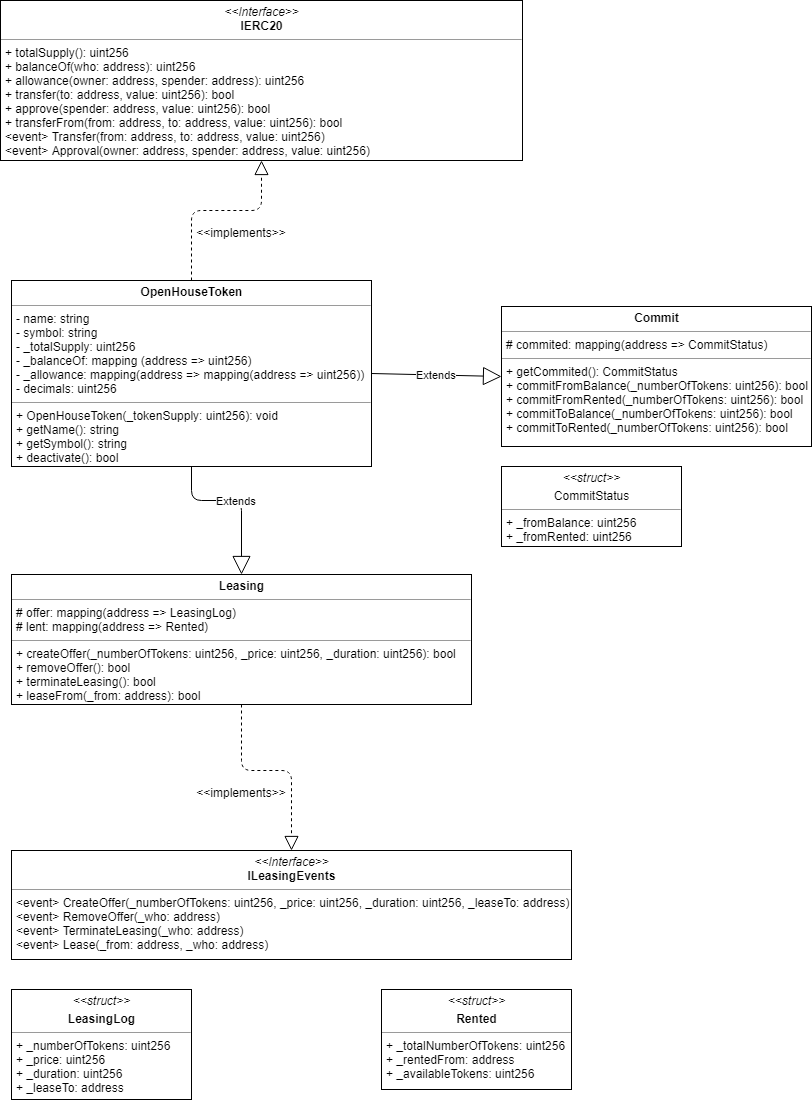
gkamtzir/Ethereum-ICO-Diploma-Thesis keeps this draw.io diagram as uml/OpenHouseToken/OpenHouseToken.png. Above is the earlier version. Source tidied: cells renumbered, new cells last; positions are measured from the earlier drawing's top-left corner, leaving out a move shared by most shapes.
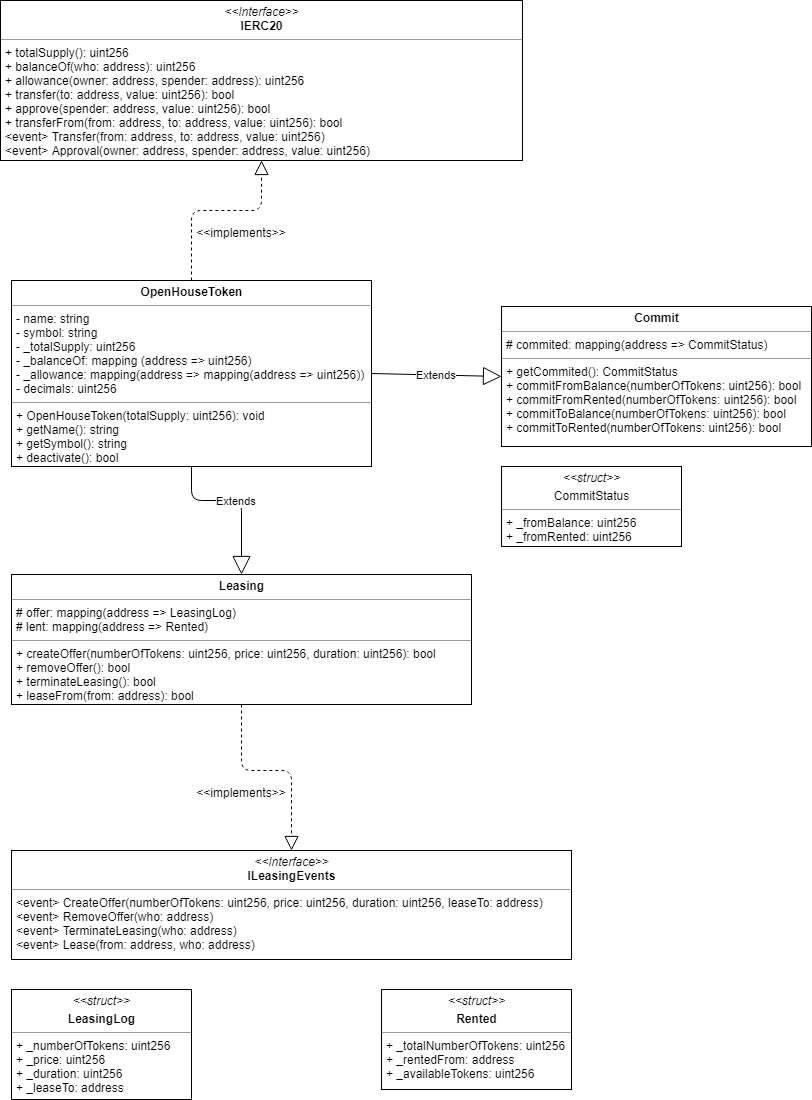
Above is the later version.

The edit, as a diff of the source:
```diff
@@ -2,7 +2,7 @@
   <root>
     <mxCell id="0" />
     <mxCell id="1" parent="0" />
-    <mxCell id="2" value="&lt;p style=&quot;margin: 0px ; margin-top: 4px ; text-align: center&quot;&gt;&lt;b&gt;OpenHouseToken&lt;/b&gt;&lt;/p&gt;&lt;hr size=&quot;1&quot;&gt;&lt;p style=&quot;margin: 0px ; margin-left: 4px&quot;&gt;- name: string&lt;/p&gt;&lt;p style=&quot;margin: 0px ; margin-left: 4px&quot;&gt;- symbol: string&lt;/p&gt;&lt;p style=&quot;margin: 0px ; margin-left: 4px&quot;&gt;- _totalSupply: uint256&lt;/p&gt;&lt;p style=&quot;margin: 0px ; margin-left: 4px&quot;&gt;- _balanceOf: mapping (address =&amp;gt; uint256)&lt;/p&gt;&lt;p style=&quot;margin: 0px ; margin-left: 4px&quot;&gt;- _allowance: mapping(address =&amp;gt; mapping(address =&amp;gt; uint256))&lt;/p&gt;&lt;p style=&quot;margin: 0px ; margin-left: 4px&quot;&gt;- decimals: uint256&lt;/p&gt;&lt;hr size=&quot;1&quot;&gt;&lt;p style=&quot;margin: 0px ; margin-left: 4px&quot;&gt;+ OpenHouseToken(_tokenSupply: uint256): void&lt;/p&gt;&lt;p style=&quot;margin: 0px ; margin-left: 4px&quot;&gt;+ getName(): string&lt;/p&gt;&lt;p style=&quot;margin: 0px ; margin-left: 4px&quot;&gt;+ getSymbol(): string&lt;/p&gt;&lt;p style=&quot;margin: 0px ; margin-left: 4px&quot;&gt;+ deactivate(): bool&lt;/p&gt;" style="verticalAlign=top;align=left;overflow=fill;fontSize=12;fontFamily=Helvetica;html=1;" parent="1" vertex="1">
+    <mxCell id="2" value="&lt;p style=&quot;margin: 0px ; margin-top: 4px ; text-align: center&quot;&gt;&lt;b&gt;OpenHouseToken&lt;/b&gt;&lt;/p&gt;&lt;hr size=&quot;1&quot;&gt;&lt;p style=&quot;margin: 0px ; margin-left: 4px&quot;&gt;- name: string&lt;/p&gt;&lt;p style=&quot;margin: 0px ; margin-left: 4px&quot;&gt;- symbol: string&lt;/p&gt;&lt;p style=&quot;margin: 0px ; margin-left: 4px&quot;&gt;- _totalSupply: uint256&lt;/p&gt;&lt;p style=&quot;margin: 0px ; margin-left: 4px&quot;&gt;- _balanceOf: mapping (address =&amp;gt; uint256)&lt;/p&gt;&lt;p style=&quot;margin: 0px ; margin-left: 4px&quot;&gt;- _allowance: mapping(address =&amp;gt; mapping(address =&amp;gt; uint256))&lt;/p&gt;&lt;p style=&quot;margin: 0px ; margin-left: 4px&quot;&gt;- decimals: uint256&lt;/p&gt;&lt;hr size=&quot;1&quot;&gt;&lt;p style=&quot;margin: 0px ; margin-left: 4px&quot;&gt;+ OpenHouseToken(totalSupply: uint256): void&lt;/p&gt;&lt;p style=&quot;margin: 0px ; margin-left: 4px&quot;&gt;+ getName(): string&lt;/p&gt;&lt;p style=&quot;margin: 0px ; margin-left: 4px&quot;&gt;+ getSymbol(): string&lt;/p&gt;&lt;p style=&quot;margin: 0px ; margin-left: 4px&quot;&gt;+ deactivate(): bool&lt;/p&gt;" style="verticalAlign=top;align=left;overflow=fill;fontSize=12;fontFamily=Helvetica;html=1;" parent="1" vertex="1">
       <mxGeometry x="11" y="280" width="360" height="186" as="geometry" />
     </mxCell>
     <mxCell id="3" value="&lt;p style=&quot;margin: 0px ; margin-top: 4px ; text-align: center&quot;&gt;&lt;i&gt;&amp;lt;&amp;lt;Interface&amp;gt;&amp;gt;&lt;/i&gt;&lt;br&gt;&lt;b&gt;IERC20&lt;/b&gt;&lt;/p&gt;&lt;hr size=&quot;1&quot;&gt;&lt;p style=&quot;margin: 0px ; margin-left: 4px&quot;&gt;+ totalSupply(): uint256&lt;br&gt;+ balanceOf(who: address): uint256&lt;/p&gt;&lt;p style=&quot;margin: 0px ; margin-left: 4px&quot;&gt;+ allowance(owner: address, spender: address): uint256&lt;/p&gt;&lt;p style=&quot;margin: 0px ; margin-left: 4px&quot;&gt;+ transfer(to: address, value: uint256): bool&lt;/p&gt;&lt;p style=&quot;margin: 0px ; margin-left: 4px&quot;&gt;+ approve(spender: address, value: uint256): bool&lt;/p&gt;&lt;p style=&quot;margin: 0px ; margin-left: 4px&quot;&gt;+ transferFrom(from: address, to: address, value: uint256): bool&lt;/p&gt;&lt;p style=&quot;margin: 0px ; margin-left: 4px&quot;&gt;&amp;lt;event&amp;gt; Transfer(from: address, to: address, value: uint256)&lt;/p&gt;&lt;p style=&quot;margin: 0px ; margin-left: 4px&quot;&gt;&amp;lt;event&amp;gt; Approval(owner: address, spender: address, value: uint256)&lt;/p&gt;" style="verticalAlign=top;align=left;overflow=fill;fontSize=12;fontFamily=Helvetica;html=1;" parent="1" vertex="1">
@@ -19,7 +19,7 @@
     <mxCell id="5" value="&lt;&lt;implements&gt;&gt;" style="text;align=center;fontStyle=0;verticalAlign=middle;spacingLeft=3;spacingRight=3;strokeColor=none;" parent="1" vertex="1">
       <mxGeometry x="201" y="220" width="80" height="26" as="geometry" />
     </mxCell>
-    <mxCell id="6" value="&lt;p style=&quot;margin: 0px ; margin-top: 4px ; text-align: center&quot;&gt;&lt;b&gt;Leasing&lt;/b&gt;&lt;/p&gt;&lt;hr size=&quot;1&quot;&gt;&lt;p style=&quot;margin: 0px ; margin-left: 4px&quot;&gt;# offer: mapping(address =&amp;gt; LeasingLog)&lt;/p&gt;&lt;p style=&quot;margin: 0px ; margin-left: 4px&quot;&gt;# lent: mapping(address =&amp;gt; Rented)&lt;/p&gt;&lt;hr size=&quot;1&quot;&gt;&lt;p style=&quot;margin: 0px ; margin-left: 4px&quot;&gt;+ createOffer(_numberOfTokens: uint256, _price: uint256, _duration: uint256): bool&lt;/p&gt;&lt;p style=&quot;margin: 0px ; margin-left: 4px&quot;&gt;+ removeOffer(): bool&lt;/p&gt;&lt;p style=&quot;margin: 0px ; margin-left: 4px&quot;&gt;+ terminateLeasing(): bool&lt;/p&gt;&lt;p style=&quot;margin: 0px ; margin-left: 4px&quot;&gt;+ leaseFrom(_from: address): bool&lt;/p&gt;" style="verticalAlign=top;align=left;overflow=fill;fontSize=12;fontFamily=Helvetica;html=1;" parent="1" vertex="1">
+    <mxCell id="6" value="&lt;p style=&quot;margin: 0px ; margin-top: 4px ; text-align: center&quot;&gt;&lt;b&gt;Leasing&lt;/b&gt;&lt;/p&gt;&lt;hr size=&quot;1&quot;&gt;&lt;p style=&quot;margin: 0px ; margin-left: 4px&quot;&gt;# offer: mapping(address =&amp;gt; LeasingLog)&lt;/p&gt;&lt;p style=&quot;margin: 0px ; margin-left: 4px&quot;&gt;# lent: mapping(address =&amp;gt; Rented)&lt;/p&gt;&lt;hr size=&quot;1&quot;&gt;&lt;p style=&quot;margin: 0px ; margin-left: 4px&quot;&gt;+ createOffer(numberOfTokens: uint256, price: uint256, duration: uint256): bool&lt;/p&gt;&lt;p style=&quot;margin: 0px ; margin-left: 4px&quot;&gt;+ removeOffer(): bool&lt;/p&gt;&lt;p style=&quot;margin: 0px ; margin-left: 4px&quot;&gt;+ terminateLeasing(): bool&lt;/p&gt;&lt;p style=&quot;margin: 0px ; margin-left: 4px&quot;&gt;+ leaseFrom(from: address): bool&lt;/p&gt;" style="verticalAlign=top;align=left;overflow=fill;fontSize=12;fontFamily=Helvetica;html=1;" parent="1" vertex="1">
       <mxGeometry x="11" y="574" width="460" height="130" as="geometry" />
     </mxCell>
     <mxCell id="7" value="&lt;p style=&quot;margin: 0px ; margin-top: 4px ; text-align: center&quot;&gt;&lt;i&gt;&amp;lt;&amp;lt;struct&amp;gt;&amp;gt;&lt;/i&gt;&lt;br&gt;&lt;/p&gt;&lt;p style=&quot;margin: 0px ; margin-top: 4px ; text-align: center&quot;&gt;&lt;b&gt;LeasingLog&lt;/b&gt;&lt;/p&gt;&lt;hr size=&quot;1&quot;&gt;&lt;p style=&quot;margin: 0px ; margin-left: 4px&quot;&gt;+ _numberOfTokens: uint256&lt;/p&gt;&lt;p style=&quot;margin: 0px ; margin-left: 4px&quot;&gt;+ _price: uint256&lt;/p&gt;&lt;p style=&quot;margin: 0px ; margin-left: 4px&quot;&gt;+ _duration: uint256&lt;/p&gt;&lt;p style=&quot;margin: 0px ; margin-left: 4px&quot;&gt;+ _leaseTo: address&lt;/p&gt;&lt;p style=&quot;margin: 0px ; margin-left: 4px&quot;&gt;&lt;br&gt;&lt;/p&gt;" style="verticalAlign=top;align=left;overflow=fill;fontSize=12;fontFamily=Helvetica;html=1;" parent="1" vertex="1">
@@ -33,7 +33,7 @@
         </Array>
       </mxGeometry>
     </mxCell>
-    <mxCell id="9" value="&lt;p style=&quot;margin: 0px ; margin-top: 4px ; text-align: center&quot;&gt;&lt;i&gt;&amp;lt;&amp;lt;Interface&amp;gt;&amp;gt;&lt;/i&gt;&lt;br&gt;&lt;b&gt;ILeasingEvents&lt;/b&gt;&lt;/p&gt;&lt;hr size=&quot;1&quot;&gt;&lt;p style=&quot;margin: 0px ; margin-left: 4px&quot;&gt;&amp;lt;event&amp;gt; CreateOffer(_numberOfTokens: uint256, _price: uint256, _duration: uint256, _leaseTo: address)&lt;br&gt;&amp;lt;event&amp;gt; RemoveOffer(_who: address)&lt;/p&gt;&lt;p style=&quot;margin: 0px ; margin-left: 4px&quot;&gt;&amp;lt;event&amp;gt; TerminateLeasing(_who: address)&lt;/p&gt;&lt;p style=&quot;margin: 0px ; margin-left: 4px&quot;&gt;&amp;lt;event&amp;gt; Lease(_from: address, _who: address)&lt;/p&gt;" style="verticalAlign=top;align=left;overflow=fill;fontSize=12;fontFamily=Helvetica;html=1;" parent="1" vertex="1">
+    <mxCell id="9" value="&lt;p style=&quot;margin: 0px ; margin-top: 4px ; text-align: center&quot;&gt;&lt;i&gt;&amp;lt;&amp;lt;Interface&amp;gt;&amp;gt;&lt;/i&gt;&lt;br&gt;&lt;b&gt;ILeasingEvents&lt;/b&gt;&lt;/p&gt;&lt;hr size=&quot;1&quot;&gt;&lt;p style=&quot;margin: 0px ; margin-left: 4px&quot;&gt;&amp;lt;event&amp;gt; CreateOffer(numberOfTokens: uint256, price: uint256, duration: uint256, leaseTo: address)&lt;br&gt;&amp;lt;event&amp;gt; RemoveOffer(who: address)&lt;/p&gt;&lt;p style=&quot;margin: 0px ; margin-left: 4px&quot;&gt;&amp;lt;event&amp;gt; TerminateLeasing(who: address)&lt;/p&gt;&lt;p style=&quot;margin: 0px ; margin-left: 4px&quot;&gt;&amp;lt;event&amp;gt; Lease(from: address, who: address)&lt;/p&gt;" style="verticalAlign=top;align=left;overflow=fill;fontSize=12;fontFamily=Helvetica;html=1;" parent="1" vertex="1">
       <mxGeometry x="11" y="850" width="560" height="109" as="geometry" />
     </mxCell>
     <mxCell id="10" style="endArrow=block;dashed=1;endFill=0;endSize=12;html=1;exitX=0.5;exitY=1;exitDx=0;exitDy=0;entryX=0.5;entryY=0;entryDx=0;entryDy=0;" parent="1" edge="1" source="6" target="9">
@@ -44,7 +44,7 @@
         </Array>
       </mxGeometry>
     </mxCell>
-    <mxCell id="11" value="&lt;p style=&quot;margin: 0px ; margin-top: 4px ; text-align: center&quot;&gt;&lt;b&gt;Commit&lt;/b&gt;&lt;/p&gt;&lt;hr size=&quot;1&quot;&gt;&lt;p style=&quot;margin: 0px ; margin-left: 4px&quot;&gt;# commited: mapping(address =&amp;gt; CommitStatus)&lt;/p&gt;&lt;hr size=&quot;1&quot;&gt;&lt;p style=&quot;margin: 0px ; margin-left: 4px&quot;&gt;+ getCommited(): CommitStatus&lt;br&gt;&lt;/p&gt;&lt;p style=&quot;margin: 0px ; margin-left: 4px&quot;&gt;+ commitFromBalance(_numberOfTokens: uint256): bool&lt;/p&gt;&lt;p style=&quot;margin: 0px ; margin-left: 4px&quot;&gt;+ commitFromRented(_numberOfTokens: uint256): bool&lt;/p&gt;&lt;p style=&quot;margin: 0px ; margin-left: 4px&quot;&gt;+ commitToBalance(_numberOfTokens: uint256): bool&lt;/p&gt;&lt;p style=&quot;margin: 0px ; margin-left: 4px&quot;&gt;+ commitToRented(_numberOfTokens: uint256): bool&lt;/p&gt;" style="verticalAlign=top;align=left;overflow=fill;fontSize=12;fontFamily=Helvetica;html=1;" parent="1" vertex="1">
+    <mxCell id="11" value="&lt;p style=&quot;margin: 0px ; margin-top: 4px ; text-align: center&quot;&gt;&lt;b&gt;Commit&lt;/b&gt;&lt;/p&gt;&lt;hr size=&quot;1&quot;&gt;&lt;p style=&quot;margin: 0px ; margin-left: 4px&quot;&gt;# commited: mapping(address =&amp;gt; CommitStatus)&lt;/p&gt;&lt;hr size=&quot;1&quot;&gt;&lt;p style=&quot;margin: 0px ; margin-left: 4px&quot;&gt;+ getCommited(): CommitStatus&lt;br&gt;&lt;/p&gt;&lt;p style=&quot;margin: 0px ; margin-left: 4px&quot;&gt;+ commitFromBalance(numberOfTokens: uint256): bool&lt;/p&gt;&lt;p style=&quot;margin: 0px ; margin-left: 4px&quot;&gt;+ commitFromRented(numberOfTokens: uint256): bool&lt;/p&gt;&lt;p style=&quot;margin: 0px ; margin-left: 4px&quot;&gt;+ commitToBalance(numberOfTokens: uint256): bool&lt;/p&gt;&lt;p style=&quot;margin: 0px ; margin-left: 4px&quot;&gt;+ commitToRented(numberOfTokens: uint256): bool&lt;/p&gt;" style="verticalAlign=top;align=left;overflow=fill;fontSize=12;fontFamily=Helvetica;html=1;" parent="1" vertex="1">
       <mxGeometry x="501" y="306" width="310" height="140" as="geometry" />
     </mxCell>
     <mxCell id="12" value="&lt;p style=&quot;margin: 0px ; margin-top: 4px ; text-align: center&quot;&gt;&lt;i&gt;&amp;lt;&amp;lt;struct&amp;gt;&amp;gt;&lt;/i&gt;&lt;br&gt;&lt;/p&gt;&lt;p style=&quot;margin: 0px ; margin-top: 4px ; text-align: center&quot;&gt;&lt;span&gt;CommitStatus&lt;/span&gt;&lt;br&gt;&lt;/p&gt;&lt;hr size=&quot;1&quot;&gt;&lt;p style=&quot;margin: 0px ; margin-left: 4px&quot;&gt;+ _fromBalance: uint256&lt;/p&gt;&lt;p style=&quot;margin: 0px ; margin-left: 4px&quot;&gt;+ _fromRented: uint256&lt;/p&gt;&lt;p style=&quot;margin: 0px ; margin-left: 4px&quot;&gt;&lt;br&gt;&lt;/p&gt;" style="verticalAlign=top;align=left;overflow=fill;fontSize=12;fontFamily=Helvetica;html=1;" parent="1" vertex="1">
```
